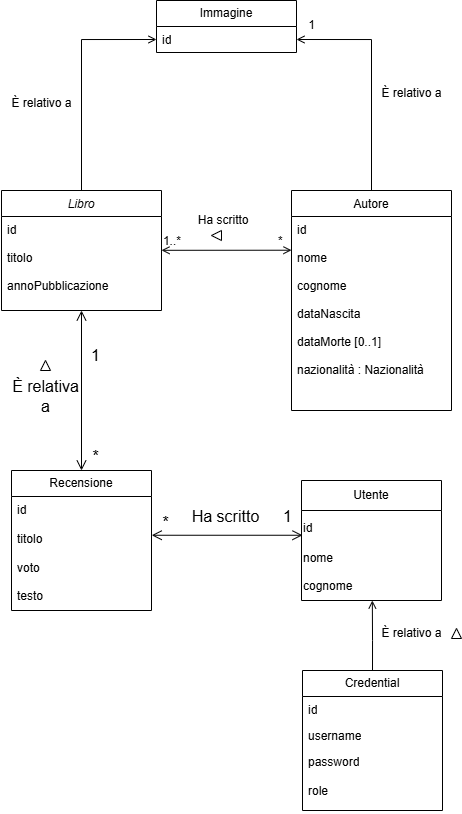
Before: Modello di dominio.png, a diagram exported from draw.io (BlackFighter03/Siwbooks). Source tidied: cells renumbered, new cells last; positions are measured from the earlier drawing's top-left corner, leaving out a move shared by most shapes.
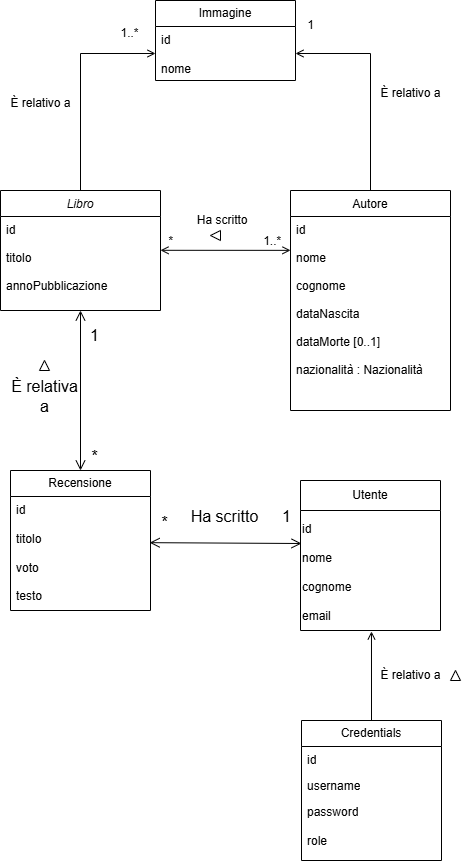
After the commit.

The edit, as a diff of the source:
```diff
@@ -2,7 +2,7 @@
   <root>
     <mxCell id="0" />
     <mxCell id="1" parent="0" />
-    <mxCell id="2" style="edgeStyle=orthogonalEdgeStyle;rounded=0;jettySize=auto;html=1;entryX=0;entryY=0.5;entryDx=0;entryDy=0;endArrow=open;endFill=0;" parent="1" edge="1" source="3" target="34">
+    <mxCell id="2" style="edgeStyle=orthogonalEdgeStyle;rounded=0;jettySize=auto;html=1;entryX=0;entryY=0.5;entryDx=0;entryDy=0;endArrow=open;endFill=0;textShadow=1;" parent="1" edge="1" source="3" target="34">
       <mxGeometry relative="1" as="geometry" />
     </mxCell>
     <mxCell id="3" value="Libro" style="swimlane;fontStyle=2;align=center;verticalAlign=top;horizontal=1;startSize=26;rounded=0;shadow=0;strokeWidth=1;" parent="1" vertex="1">
@@ -27,10 +27,10 @@
         <mxPoint x="-40" y="32" as="offset" />
       </mxGeometry>
     </mxCell>
-    <mxCell id="9" value="1..*" style="align=left;verticalAlign=bottom;labelBackgroundColor=none;fontSize=12;" parent="8" vertex="1">
+    <mxCell id="9" value="  *" style="align=left;verticalAlign=bottom;labelBackgroundColor=none;fontSize=12;" parent="8" vertex="1">
       <mxGeometry x="-1" relative="1" as="geometry" />
     </mxCell>
-    <mxCell id="10" value="*" style="align=right;verticalAlign=bottom;labelBackgroundColor=none;fontSize=12;" parent="8" vertex="1">
+    <mxCell id="10" value="1..*" style="align=right;verticalAlign=bottom;labelBackgroundColor=none;fontSize=12;" parent="8" vertex="1">
       <mxGeometry x="1" relative="1" as="geometry">
         <mxPoint x="-7" as="offset" />
       </mxGeometry>
@@ -56,7 +56,7 @@
       <mxGeometry y="371" width="90" height="50" as="geometry" />
     </mxCell>
     <mxCell id="17" value="1" style="text;html=1;align=center;verticalAlign=middle;strokeColor=none;fillColor=none;fontSize=16;" parent="1" vertex="1">
-      <mxGeometry x="80" y="340" width="30" height="30" as="geometry" />
+      <mxGeometry x="80" y="320" width="30" height="30" as="geometry" />
     </mxCell>
     <mxCell id="18" value="*" style="text;html=1;align=center;verticalAlign=middle;strokeColor=none;fillColor=none;fontSize=16;" parent="1" vertex="1">
       <mxGeometry x="80" y="441" width="30" height="30" as="geometry" />
@@ -64,8 +64,10 @@
     <mxCell id="19" style="triangle;whiteSpace=wrap;html=1;rotation=-90;fillColor=light-dark(#FFFFFF,#FFFFFF);" parent="1" vertex="1">
       <mxGeometry x="40" y="360" width="10" height="10" as="geometry" />
     </mxCell>
-    <mxCell id="20" style="edgeStyle=none;curved=1;rounded=0;jettySize=auto;html=1;entryX=0.041;entryY=0.925;entryDx=0;entryDy=0;fontSize=12;startSize=8;endSize=8;endArrow=open;endFill=0;startArrow=open;startFill=0;entryPerimeter=0;exitX=0.007;exitY=0.275;exitDx=0;exitDy=0;exitPerimeter=0;" parent="1" edge="1" source="25" target="22">
-      <mxGeometry relative="1" as="geometry" />
+    <mxCell id="20" style="edgeStyle=none;curved=1;rounded=0;jettySize=auto;html=1;entryX=0.994;entryY=0.405;entryDx=0;entryDy=0;fontSize=12;startSize=8;endSize=8;endArrow=open;endFill=0;startArrow=open;startFill=0;entryPerimeter=0;exitX=0.007;exitY=0.275;exitDx=0;exitDy=0;exitPerimeter=0;" parent="1" edge="1" target="14">
+      <mxGeometry relative="1" as="geometry">
+        <mxPoint x="302" y="543" as="sourcePoint" />
+      </mxGeometry>
     </mxCell>
     <mxCell id="21" value="Ha scritto" style="text;html=1;align=center;verticalAlign=middle;strokeColor=none;fillColor=none;fontSize=16;" parent="1" vertex="1">
       <mxGeometry x="180" y="501" width="90" height="30" as="geometry" />
@@ -77,13 +79,13 @@
       <mxGeometry x="272" y="501" width="30" height="30" as="geometry" />
     </mxCell>
     <mxCell id="24" value="Utente" style="swimlane;fontStyle=0;horizontal=1;startSize=30;fillColor=none;whiteSpace=wrap;html=1;" parent="1" vertex="1">
-      <mxGeometry x="301" y="480" width="140" height="120" as="geometry" />
+      <mxGeometry x="301" y="480" width="140" height="150" as="geometry" />
     </mxCell>
-    <mxCell id="25" value="&lt;span style=&quot;font-size: 12px; text-wrap-mode: wrap;&quot;&gt;id&lt;/span&gt;&lt;div style=&quot;font-size: 12px; text-wrap-mode: wrap;&quot;&gt;&lt;br&gt;&lt;/div&gt;&lt;div style=&quot;font-size: 12px; text-wrap-mode: wrap;&quot;&gt;nome&lt;/div&gt;&lt;div style=&quot;font-size: 12px; text-wrap-mode: wrap;&quot;&gt;&lt;br&gt;&lt;/div&gt;&lt;div style=&quot;font-size: 12px; text-wrap-mode: wrap;&quot;&gt;cognome&lt;/div&gt;" style="text;html=1;align=left;verticalAlign=middle;points=[];strokeColor=none;fillColor=none;fontSize=16;" parent="24" vertex="1">
-      <mxGeometry y="30" width="140" height="90" as="geometry" />
+    <mxCell id="25" value="&lt;span style=&quot;font-size: 12px; text-wrap-mode: wrap;&quot;&gt;id&lt;/span&gt;&lt;div style=&quot;font-size: 12px; text-wrap-mode: wrap;&quot;&gt;&lt;br&gt;&lt;/div&gt;&lt;div style=&quot;font-size: 12px; text-wrap-mode: wrap;&quot;&gt;nome&lt;/div&gt;&lt;div style=&quot;font-size: 12px; text-wrap-mode: wrap;&quot;&gt;&lt;br&gt;&lt;/div&gt;&lt;div style=&quot;font-size: 12px; text-wrap-mode: wrap;&quot;&gt;cognome&lt;/div&gt;&lt;div style=&quot;font-size: 12px; text-wrap-mode: wrap;&quot;&gt;&lt;br&gt;&lt;/div&gt;&lt;div style=&quot;font-size: 12px; text-wrap-mode: wrap;&quot;&gt;email&lt;/div&gt;" style="text;html=1;align=left;verticalAlign=middle;points=[];strokeColor=none;fillColor=none;fontSize=16;" parent="24" vertex="1">
+      <mxGeometry y="30" width="140" height="120" as="geometry" />
     </mxCell>
-    <mxCell id="26" value="Credential" style="swimlane;fontStyle=0;horizontal=1;startSize=26;fillColor=none;whiteSpace=wrap;html=1;" parent="1" vertex="1">
-      <mxGeometry x="302" y="670" width="140" height="140" as="geometry" />
+    <mxCell id="26" value="Credentials" style="swimlane;fontStyle=0;horizontal=1;startSize=26;fillColor=none;whiteSpace=wrap;html=1;" parent="1" vertex="1">
+      <mxGeometry x="302" y="720" width="140" height="140" as="geometry" />
     </mxCell>
     <mxCell id="27" value="id" style="text;strokeColor=none;fillColor=none;align=left;verticalAlign=top;spacingLeft=4;spacingRight=4;overflow=hidden;whiteSpace=wrap;html=1;" parent="26" vertex="1">
       <mxGeometry y="26" width="140" height="26" as="geometry" />
@@ -94,27 +96,20 @@
     <mxCell id="29" value="password&lt;div&gt;&lt;br&gt;&lt;/div&gt;&lt;div&gt;role&lt;/div&gt;" style="text;strokeColor=none;fillColor=none;align=left;verticalAlign=top;spacingLeft=4;spacingRight=4;overflow=hidden;whiteSpace=wrap;html=1;" parent="26" vertex="1">
       <mxGeometry y="78" width="140" height="62" as="geometry" />
     </mxCell>
-    <mxCell id="30" style="edgeStyle=orthogonalEdgeStyle;rounded=0;orthogonalLoop=1;jettySize=auto;html=1;entryX=0.507;entryY=0.956;entryDx=0;entryDy=0;entryPerimeter=0;endArrow=open;endFill=0;" parent="1" edge="1">
-      <mxGeometry relative="1" as="geometry">
-        <mxPoint x="372" y="670" as="sourcePoint" />
-        <mxPoint x="371.8" y="600" as="targetPoint" />
-        <Array as="points">
-          <mxPoint x="372" y="640" />
-          <mxPoint x="372" y="640" />
-        </Array>
-      </mxGeometry>
+    <mxCell id="30" style="edgeStyle=orthogonalEdgeStyle;rounded=0;jettySize=auto;html=1;entryX=0.507;entryY=1.008;entryDx=0;entryDy=0;entryPerimeter=0;endArrow=open;endFill=0;exitX=0.5;exitY=0;exitDx=0;exitDy=0;" parent="1" edge="1" source="26" target="25">
+      <mxGeometry relative="1" as="geometry" />
     </mxCell>
     <mxCell id="31" value="È relativo a" style="text;html=1;align=center;verticalAlign=middle;strokeColor=none;fillColor=none;" parent="1" vertex="1">
-      <mxGeometry x="371" y="618" width="80" height="30" as="geometry" />
+      <mxGeometry x="371" y="660" width="80" height="30" as="geometry" />
     </mxCell>
     <mxCell id="32" style="triangle;whiteSpace=wrap;html=1;rotation=-90;fillColor=light-dark(#FFFFFF,#FFFFFF);" parent="1" vertex="1">
-      <mxGeometry x="451" y="628" width="10" height="10" as="geometry" />
+      <mxGeometry x="451" y="670" width="10" height="10" as="geometry" />
     </mxCell>
     <mxCell id="33" value="Immagine" style="swimlane;fontStyle=0;horizontal=1;startSize=26;fillColor=none;whiteSpace=wrap;html=1;" parent="1" vertex="1">
-      <mxGeometry x="156" width="140" height="52" as="geometry" />
+      <mxGeometry x="156" width="140" height="80" as="geometry" />
     </mxCell>
-    <mxCell id="34" value="id" style="text;strokeColor=none;fillColor=none;align=left;verticalAlign=top;spacingLeft=4;spacingRight=4;overflow=hidden;points=[[0,0.5],[1,0.5]];portConstraint=eastwest;whiteSpace=wrap;html=1;" parent="33" vertex="1">
-      <mxGeometry y="26" width="140" height="26" as="geometry" />
+    <mxCell id="34" value="id&lt;div&gt;&lt;br&gt;&lt;div&gt;nome&lt;/div&gt;&lt;/div&gt;" style="text;strokeColor=none;fillColor=none;align=left;verticalAlign=top;spacingLeft=4;spacingRight=4;overflow=hidden;points=[[0,0.5],[1,0.5]];portConstraint=eastwest;whiteSpace=wrap;html=1;" parent="33" vertex="1">
+      <mxGeometry y="26" width="140" height="54" as="geometry" />
     </mxCell>
     <mxCell id="35" value="È relativo a" style="text;html=1;align=center;verticalAlign=middle;strokeColor=none;fillColor=none;" parent="1" vertex="1">
       <mxGeometry x="371" y="78" width="80" height="30" as="geometry" />
@@ -125,5 +120,8 @@
     <mxCell id="37" value="1" style="text;html=1;align=center;verticalAlign=middle;strokeColor=none;fillColor=none;" parent="1" vertex="1">
       <mxGeometry x="296" y="10" width="30" height="30" as="geometry" />
     </mxCell>
+    <mxCell id="38" value="1..*" style="text;html=1;align=center;verticalAlign=middle;strokeColor=none;fillColor=none;" parent="1" vertex="1">
+      <mxGeometry x="110" y="18" width="40" height="30" as="geometry" />
+    </mxCell>
   </root>
 </mxGraphModel>
```
